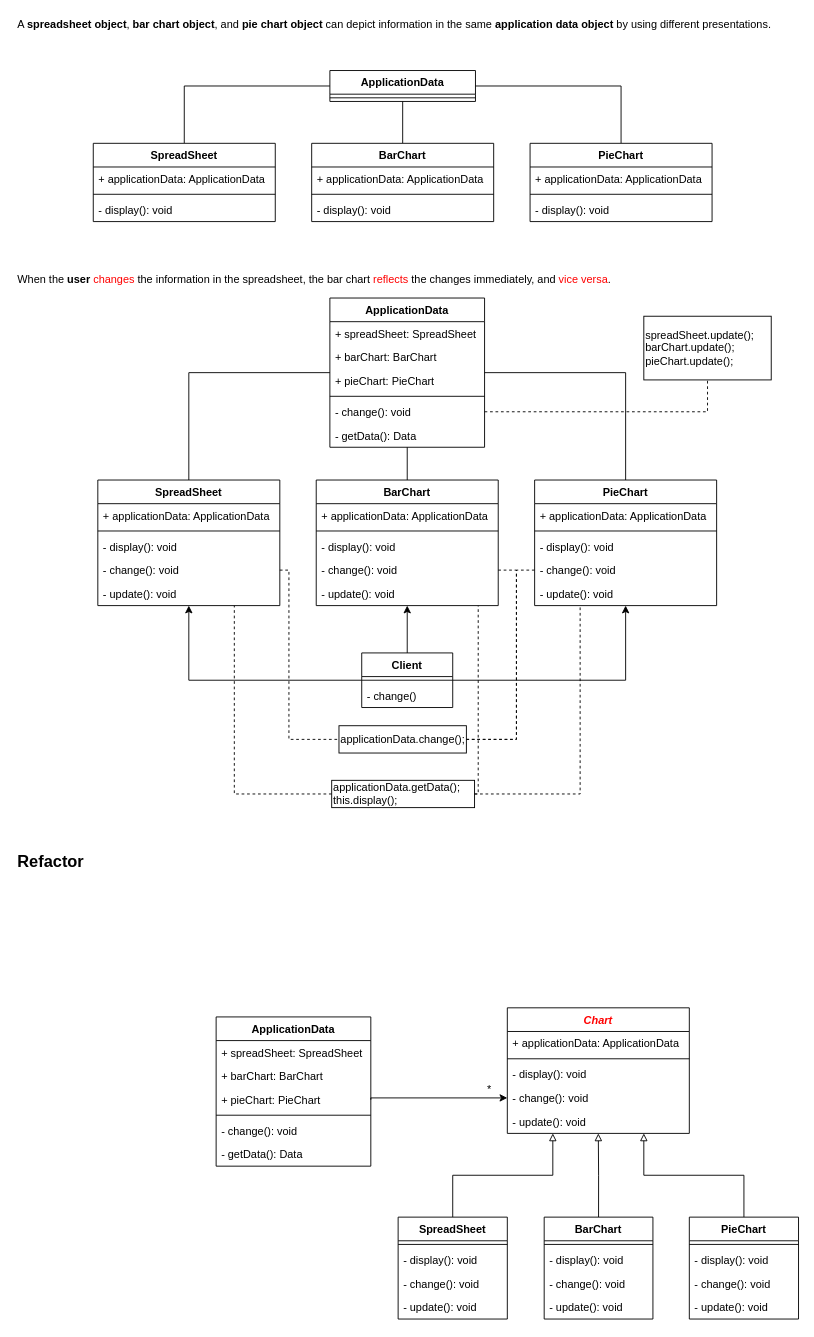
anitalu724/110-1_Software_Engineering_Design keeps this draw.io diagram as SpreadsheetApplication/spreadsheet.drawio. Above is the earlier version. Source tidied: cells renumbered, new cells numbered last; positions are measured from the earlier drawing's top-left corner, leaving out a move shared by most shapes. Both pictures are drawn from the tidied source at 91%, with x=0, y=0 at pixel (15, 15).
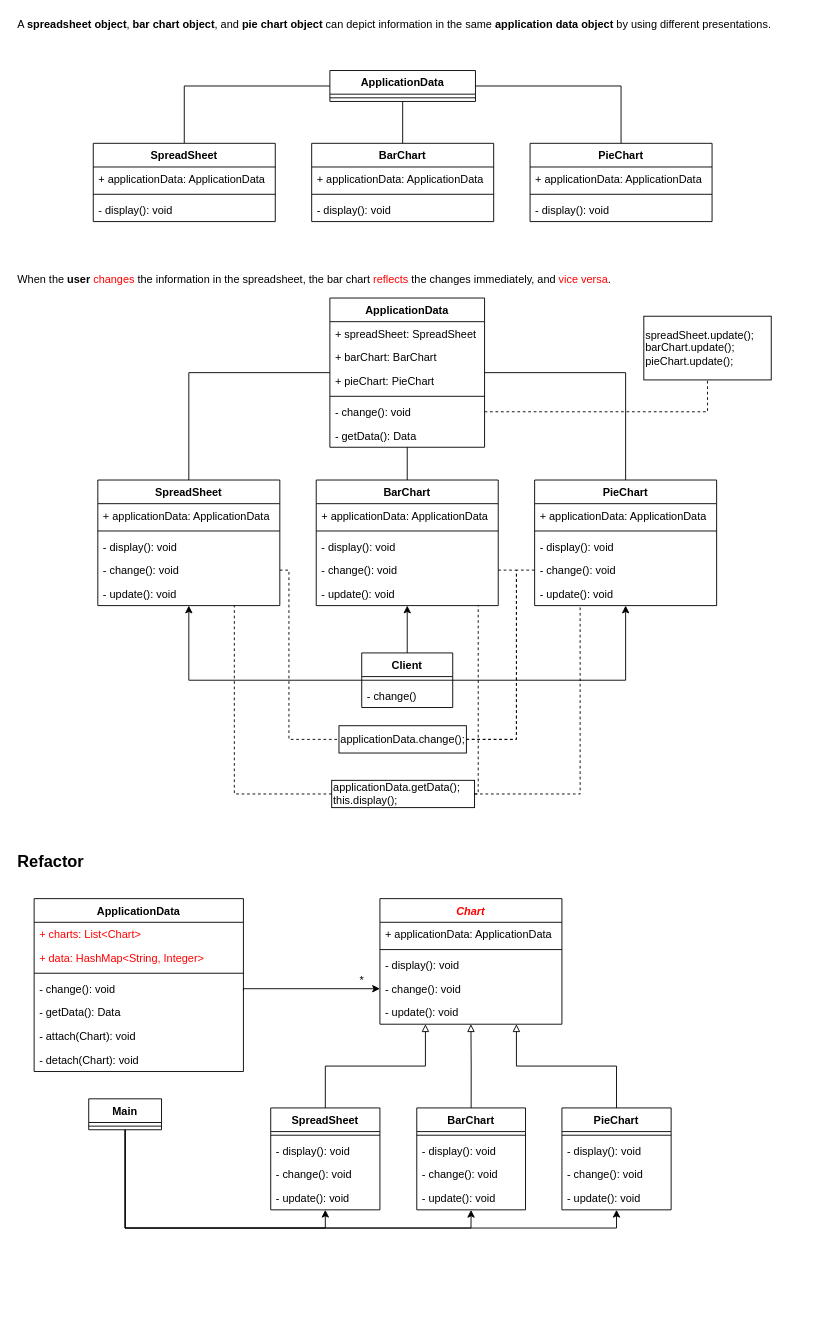
The same diagram, later.

Unchanged cells that the change refers to:
```xml
<mxCell id="70" value="- change(): void" style="text;strokeColor=none;fillColor=none;align=left;verticalAlign=top;spacingLeft=4;spacingRight=4;overflow=hidden;points=[[0,0.5],[1,0.5]];portConstraint=eastwest;labelBackgroundColor=none;fontSize=12;fontColor=#000000;" parent="66" vertex="1">
  <mxGeometry y="86" width="200" height="26" as="geometry" />
</mxCell>
<mxCell id="83" value="- update(): void" style="text;strokeColor=none;fillColor=none;align=left;verticalAlign=top;spacingLeft=4;spacingRight=4;overflow=hidden;points=[[0,0.5],[1,0.5]];portConstraint=eastwest;labelBackgroundColor=none;fontSize=12;fontColor=#000000;" parent="79" vertex="1">
  <mxGeometry y="86" width="119.5" height="26" as="geometry" />
</mxCell>
```

What changed in the source:
```diff
@@
     <mxCell id="66" value="Chart" style="swimlane;fontStyle=3;align=center;verticalAlign=top;horizontal=1;startSize=26;fontSize=12;fontColor=#FF0000;" parent="1" vertex="1">
-      <mxGeometry x="540" y="1090" width="200" height="138" as="geometry" />
+      <mxGeometry x="400" y="970" width="200" height="138" as="geometry" />
     </mxCell>
@@
     <mxCell id="73" value="SpreadSheet" style="swimlane;fontStyle=1;align=center;verticalAlign=top;horizontal=1;startSize=26;labelBackgroundColor=none;fontSize=12;fontColor=#000000;" parent="1" vertex="1">
-      <mxGeometry x="420" y="1320" width="120" height="112" as="geometry" />
+      <mxGeometry x="280" y="1200" width="120" height="112" as="geometry" />
     </mxCell>
@@
     <mxCell id="79" value="BarChart" style="swimlane;fontStyle=1;align=center;verticalAlign=top;horizontal=1;startSize=26;labelBackgroundColor=none;fontSize=12;fontColor=#000000;" parent="1" vertex="1">
-      <mxGeometry x="580.5" y="1320" width="119.5" height="112" as="geometry" />
+      <mxGeometry x="440.5" y="1200" width="119.5" height="112" as="geometry" />
     </mxCell>
@@
+    <mxCell id="99" style="edgeStyle=orthogonalEdgeStyle;rounded=0;jettySize=auto;html=1;exitX=0.5;exitY=1;exitDx=0;exitDy=0;fontSize=12;fontColor=#000000;endArrow=classic;endFill=1;entryX=0.5;entryY=1;entryDx=0;entryDy=0;" parent="1" edge="1" source="105" target="85">
+      <mxGeometry relative="1" as="geometry" />
+    </mxCell>
     <mxCell id="85" value="PieChart" style="swimlane;fontStyle=1;align=center;verticalAlign=top;horizontal=1;startSize=26;labelBackgroundColor=none;fontSize=12;fontColor=#000000;" parent="1" vertex="1">
-      <mxGeometry x="740" y="1320" width="120" height="112" as="geometry" />
+      <mxGeometry x="600" y="1200" width="120" height="112" as="geometry" />
     </mxCell>
@@
     <mxCell id="90" value="ApplicationData" style="swimlane;fontStyle=1;align=center;verticalAlign=top;horizontal=1;startSize=26;labelBackgroundColor=none;fontSize=12;fontColor=#000000;" parent="1" vertex="1">
-      <mxGeometry x="220" y="1100" width="170" height="164" as="geometry" />
+      <mxGeometry x="20" y="970" width="230" height="190" as="geometry" />
     </mxCell>
-    <mxCell id="91" value="+ spreadSheet: SpreadSheet" style="text;strokeColor=none;fillColor=none;align=left;verticalAlign=top;spacingLeft=4;spacingRight=4;overflow=hidden;labelBackgroundColor=none;fontSize=12;fontColor=#000000;" parent="90" vertex="1">
-      <mxGeometry y="26" width="170" height="26" as="geometry" />
+    <mxCell id="91" value="+ charts: List&lt;Chart&gt;" style="text;strokeColor=none;fillColor=none;align=left;verticalAlign=top;spacingLeft=4;spacingRight=4;overflow=hidden;labelBackgroundColor=none;fontSize=12;fontColor=#FF0000;" parent="90" vertex="1">
+      <mxGeometry y="26" width="230" height="26" as="geometry" />
     </mxCell>
-    <mxCell id="92" value="+ barChart: BarChart" style="text;strokeColor=none;fillColor=none;align=left;verticalAlign=top;spacingLeft=4;spacingRight=4;overflow=hidden;labelBackgroundColor=none;fontSize=12;fontColor=#000000;" parent="90" vertex="1">
-      <mxGeometry y="52" width="170" height="26" as="geometry" />
-    </mxCell>
-    <mxCell id="93" value="+ pieChart: PieChart" style="text;strokeColor=none;fillColor=none;align=left;verticalAlign=top;spacingLeft=4;spacingRight=4;overflow=hidden;points=[[0,0.5],[1,0.5]];portConstraint=eastwest;labelBackgroundColor=none;fontSize=12;fontColor=#000000;" parent="90" vertex="1">
-      <mxGeometry y="78" width="170" height="26" as="geometry" />
-    </mxCell>
+    <mxCell id="100" value="+ data: HashMap&lt;String, Integer&gt;" style="text;strokeColor=none;fillColor=none;align=left;verticalAlign=top;spacingLeft=4;spacingRight=4;overflow=hidden;labelBackgroundColor=none;fontSize=12;fontColor=#FF0000;" parent="90" vertex="1">
+      <mxGeometry y="52" width="230" height="26" as="geometry" />
+    </mxCell>
     <mxCell id="94" style="line;strokeWidth=1;fillColor=none;align=left;verticalAlign=middle;spacingTop=-1;spacingLeft=3;spacingRight=3;labelPosition=right;labelBackgroundColor=none;fontSize=12;fontColor=#000000;" parent="90" vertex="1">
-      <mxGeometry y="104" width="170" height="8" as="geometry" />
+      <mxGeometry y="78" width="230" height="8" as="geometry" />
     </mxCell>
     <mxCell id="95" value="- change(): void" style="text;strokeColor=none;fillColor=none;align=left;verticalAlign=top;spacingLeft=4;spacingRight=4;overflow=hidden;labelBackgroundColor=none;fontSize=12;fontColor=#000000;" parent="90" vertex="1">
-      <mxGeometry y="112" width="170" height="26" as="geometry" />
+      <mxGeometry y="86" width="230" height="26" as="geometry" />
     </mxCell>
     <mxCell id="96" value="- getData(): Data" style="text;strokeColor=none;fillColor=none;align=left;verticalAlign=top;spacingLeft=4;spacingRight=4;overflow=hidden;labelBackgroundColor=none;fontSize=12;fontColor=#000000;" parent="90" vertex="1">
-      <mxGeometry y="138" width="170" height="26" as="geometry" />
+      <mxGeometry y="112" width="230" height="26" as="geometry" />
     </mxCell>
+    <mxCell id="101" value="- attach(Chart): void" style="text;strokeColor=none;fillColor=none;align=left;verticalAlign=top;spacingLeft=4;spacingRight=4;overflow=hidden;labelBackgroundColor=none;fontSize=12;fontColor=#000000;" parent="90" vertex="1">
+      <mxGeometry y="138" width="230" height="26" as="geometry" />
+    </mxCell>
+    <mxCell id="102" value="- detach(Chart): void" style="text;strokeColor=none;fillColor=none;align=left;verticalAlign=top;spacingLeft=4;spacingRight=4;overflow=hidden;labelBackgroundColor=none;fontSize=12;fontColor=#000000;" parent="90" vertex="1">
+      <mxGeometry y="164" width="230" height="26" as="geometry" />
+    </mxCell>
-    <mxCell id="97" style="edgeStyle=orthogonalEdgeStyle;rounded=0;jettySize=auto;html=1;exitX=1;exitY=0.5;exitDx=0;exitDy=0;entryX=0;entryY=0.5;entryDx=0;entryDy=0;fontSize=12;fontColor=#FF0000;endArrow=classic;endFill=1;" parent="1" edge="1" source="93" target="70">
+    <mxCell id="97" style="edgeStyle=orthogonalEdgeStyle;rounded=0;jettySize=auto;html=1;exitX=1;exitY=0.5;exitDx=0;exitDy=0;entryX=0;entryY=0.5;entryDx=0;entryDy=0;fontSize=12;fontColor=#FF0000;endArrow=classic;endFill=1;" parent="1" edge="1" target="70">
       <mxGeometry relative="1" as="geometry">
+        <mxPoint x="250" y="1071" as="sourcePoint" />
         <Array as="points">
-          <mxPoint x="390" y="1189" />
+          <mxPoint x="250" y="1069" />
         </Array>
       </mxGeometry>
     </mxCell>
     <mxCell id="98" value="&lt;font color=&quot;#000000&quot;&gt;*&lt;/font&gt;" style="text;html=1;align=center;verticalAlign=middle;strokeColor=none;fillColor=none;fontSize=12;fontColor=#FF0000;" parent="1" vertex="1">
-      <mxGeometry x="510" y="1170" width="20" height="20" as="geometry" />
+      <mxGeometry x="370" y="1050" width="20" height="20" as="geometry" />
     </mxCell>
+    <mxCell id="103" style="edgeStyle=orthogonalEdgeStyle;rounded=0;jettySize=auto;html=1;exitX=0.5;exitY=1;exitDx=0;exitDy=0;fontSize=12;fontColor=#000000;endArrow=classic;endFill=1;entryX=0.5;entryY=1;entryDx=0;entryDy=0;" parent="1" edge="1" source="105" target="73">
+      <mxGeometry relative="1" as="geometry" />
+    </mxCell>
+    <mxCell id="104" style="edgeStyle=orthogonalEdgeStyle;rounded=0;jettySize=auto;html=1;exitX=0.5;exitY=1;exitDx=0;exitDy=0;fontSize=12;fontColor=#000000;endArrow=classic;endFill=1;entryX=0.499;entryY=1.003;entryDx=0;entryDy=0;entryPerimeter=0;" parent="1" edge="1" source="105" target="83">
+      <mxGeometry relative="1" as="geometry" />
+    </mxCell>
+    <mxCell id="105" value="Main" style="swimlane;fontStyle=1;align=center;verticalAlign=top;horizontal=1;startSize=26;fontSize=12;fontColor=#000000;" parent="1" vertex="1">
+      <mxGeometry x="80" y="1190" width="80" height="34" as="geometry" />
+    </mxCell>
+    <mxCell id="106" style="line;strokeWidth=1;fillColor=none;align=left;verticalAlign=middle;spacingTop=-1;spacingLeft=3;spacingRight=3;labelPosition=right;fontSize=12;fontColor=#000000;" parent="105" vertex="1">
+      <mxGeometry y="26" width="80" height="8" as="geometry" />
+    </mxCell>
```
